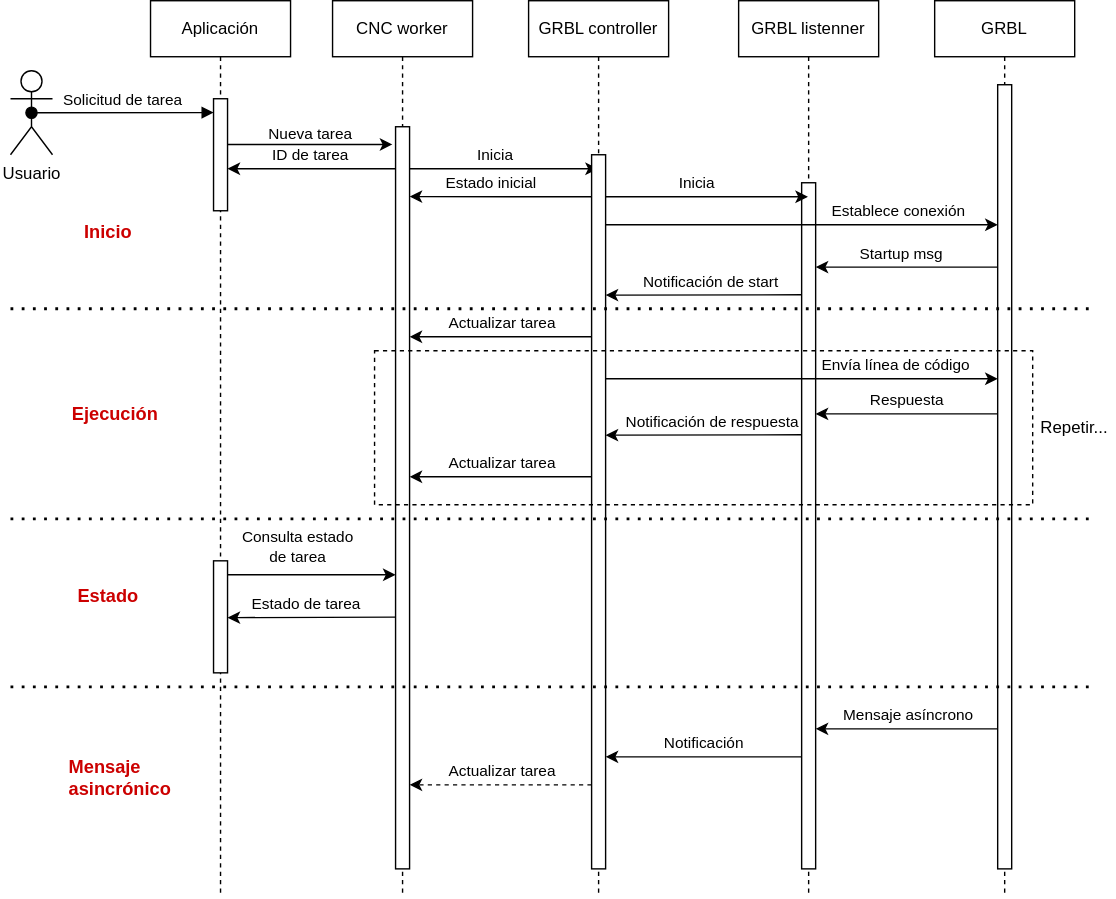
Above: docs/GRBL-controller.drawio.svg in Leandro-Bertoluzzi/remote-cnc (draw.io), before the change. Source tidied: cells renumbered, new cells last; positions are measured from the earlier drawing's top-left corner, leaving out a move shared by most shapes.
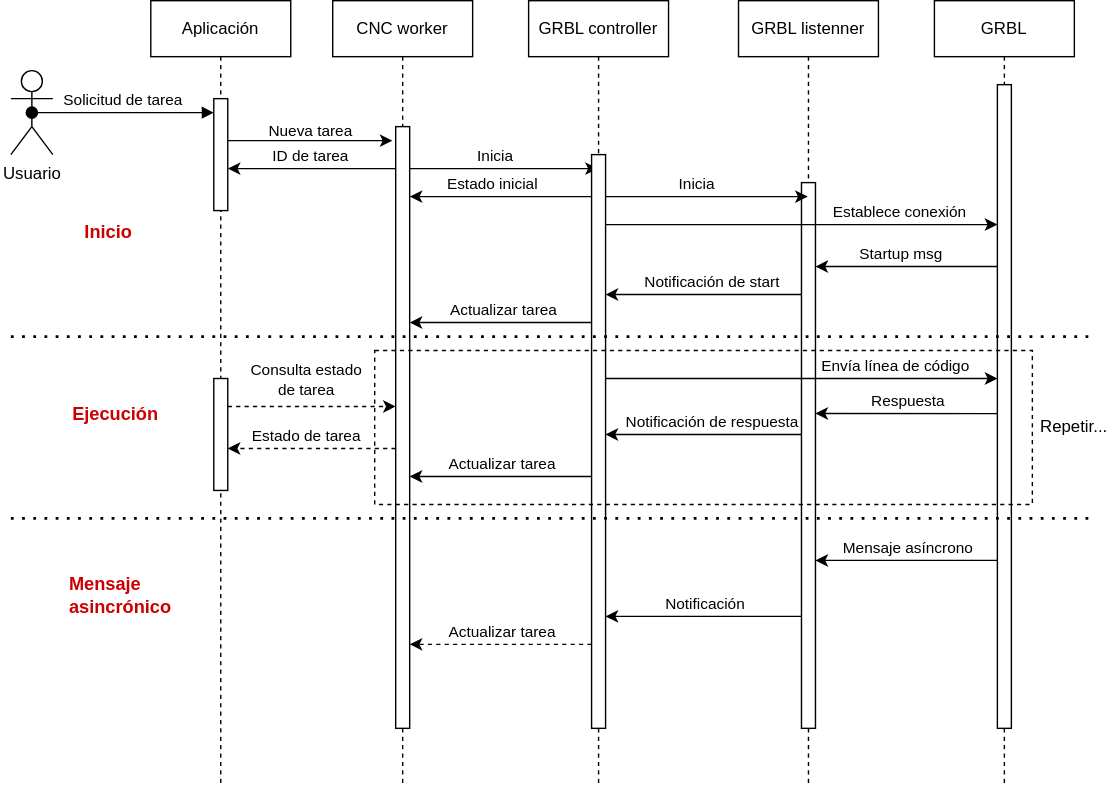
The same diagram one commit later.

What changed in the source:
```diff
@@ -3,19 +3,19 @@
     <mxCell id="0" />
     <mxCell id="1" parent="0" />
     <mxCell id="2" value="Aplicación" style="shape=umlLifeline;perimeter=lifelinePerimeter;whiteSpace=wrap;html=1;newEdgeStyle={&quot;edgeStyle&quot;:&quot;elbowEdgeStyle&quot;,&quot;elbow&quot;:&quot;vertical&quot;,&quot;curved&quot;:0,&quot;rounded&quot;:0};" parent="1" vertex="1">
-      <mxGeometry x="100" width="100" height="640" as="geometry" />
+      <mxGeometry x="100" width="100" height="560" as="geometry" />
     </mxCell>
     <mxCell id="3" style="html=1;points=[];perimeter=orthogonalPerimeter;outlineConnect=0;targetShapes=umlLifeline;portConstraint=eastwest;newEdgeStyle={&quot;edgeStyle&quot;:&quot;elbowEdgeStyle&quot;,&quot;elbow&quot;:&quot;vertical&quot;,&quot;curved&quot;:0,&quot;rounded&quot;:0};" parent="2" vertex="1">
       <mxGeometry x="45" y="70" width="10" height="80" as="geometry" />
     </mxCell>
     <mxCell id="4" style="html=1;points=[];perimeter=orthogonalPerimeter;outlineConnect=0;targetShapes=umlLifeline;portConstraint=eastwest;newEdgeStyle={&quot;edgeStyle&quot;:&quot;elbowEdgeStyle&quot;,&quot;elbow&quot;:&quot;vertical&quot;,&quot;curved&quot;:0,&quot;rounded&quot;:0};" parent="2" vertex="1">
-      <mxGeometry x="45" y="400" width="10" height="80" as="geometry" />
+      <mxGeometry x="45" y="270" width="10" height="80" as="geometry" />
     </mxCell>
     <mxCell id="5" value="CNC worker" style="shape=umlLifeline;perimeter=lifelinePerimeter;whiteSpace=wrap;html=1;newEdgeStyle={&quot;edgeStyle&quot;:&quot;elbowEdgeStyle&quot;,&quot;elbow&quot;:&quot;vertical&quot;,&quot;curved&quot;:0,&quot;rounded&quot;:0};" parent="1" vertex="1">
-      <mxGeometry x="230" width="100" height="640" as="geometry" />
+      <mxGeometry x="230" width="100" height="560" as="geometry" />
     </mxCell>
     <mxCell id="6" style="html=1;points=[];perimeter=orthogonalPerimeter;outlineConnect=0;targetShapes=umlLifeline;portConstraint=eastwest;newEdgeStyle={&quot;edgeStyle&quot;:&quot;elbowEdgeStyle&quot;,&quot;elbow&quot;:&quot;vertical&quot;,&quot;curved&quot;:0,&quot;rounded&quot;:0};" parent="5" vertex="1">
-      <mxGeometry x="45" y="90" width="10" height="530" as="geometry" />
+      <mxGeometry x="45" y="90" width="10" height="430" as="geometry" />
     </mxCell>
     <mxCell id="7" value="Usuario" style="shape=umlActor;verticalLabelPosition=bottom;verticalAlign=top;html=1;outlineConnect=0;" parent="1" vertex="1">
       <mxGeometry y="50" width="30" height="60" as="geometry" />
@@ -36,16 +36,16 @@
       </mxGeometry>
     </mxCell>
     <mxCell id="11" value="GRBL listenner" style="shape=umlLifeline;perimeter=lifelinePerimeter;whiteSpace=wrap;html=1;newEdgeStyle={&quot;edgeStyle&quot;:&quot;elbowEdgeStyle&quot;,&quot;elbow&quot;:&quot;vertical&quot;,&quot;curved&quot;:0,&quot;rounded&quot;:0};" parent="1" vertex="1">
-      <mxGeometry x="520" width="100" height="640" as="geometry" />
+      <mxGeometry x="520" width="100" height="560" as="geometry" />
     </mxCell>
     <mxCell id="12" style="html=1;points=[];perimeter=orthogonalPerimeter;outlineConnect=0;targetShapes=umlLifeline;portConstraint=eastwest;newEdgeStyle={&quot;edgeStyle&quot;:&quot;elbowEdgeStyle&quot;,&quot;elbow&quot;:&quot;vertical&quot;,&quot;curved&quot;:0,&quot;rounded&quot;:0};" parent="11" vertex="1">
-      <mxGeometry x="45" y="130" width="10" height="490" as="geometry" />
+      <mxGeometry x="45" y="130" width="10" height="390" as="geometry" />
     </mxCell>
     <mxCell id="13" value="GRBL" style="shape=umlLifeline;perimeter=lifelinePerimeter;whiteSpace=wrap;html=1;newEdgeStyle={&quot;edgeStyle&quot;:&quot;elbowEdgeStyle&quot;,&quot;elbow&quot;:&quot;vertical&quot;,&quot;curved&quot;:0,&quot;rounded&quot;:0};" parent="1" vertex="1">
-      <mxGeometry x="660" width="100" height="640" as="geometry" />
+      <mxGeometry x="660" width="100" height="560" as="geometry" />
     </mxCell>
     <mxCell id="14" style="html=1;points=[];perimeter=orthogonalPerimeter;outlineConnect=0;targetShapes=umlLifeline;portConstraint=eastwest;newEdgeStyle={&quot;edgeStyle&quot;:&quot;elbowEdgeStyle&quot;,&quot;elbow&quot;:&quot;vertical&quot;,&quot;curved&quot;:0,&quot;rounded&quot;:0};" parent="13" vertex="1">
-      <mxGeometry x="45" y="60" width="10" height="560" as="geometry" />
+      <mxGeometry x="45" y="60" width="10" height="460" as="geometry" />
     </mxCell>
     <mxCell id="15" style="edgeStyle=elbowEdgeStyle;rounded=0;jettySize=auto;html=1;elbow=horizontal;curved=0;" parent="1" edge="1" source="30">
       <mxGeometry relative="1" as="geometry">
@@ -117,7 +117,7 @@
     <mxCell id="27" style="edgeStyle=elbowEdgeStyle;rounded=0;jettySize=auto;html=1;elbow=vertical;curved=0;" parent="1" edge="1" source="30" target="6">
       <mxGeometry relative="1" as="geometry">
         <Array as="points">
-          <mxPoint x="320" y="240" />
+          <mxPoint x="320" y="230" />
         </Array>
       </mxGeometry>
     </mxCell>
@@ -127,10 +127,10 @@
       </mxGeometry>
     </mxCell>
     <mxCell id="29" value="GRBL controller" style="shape=umlLifeline;perimeter=lifelinePerimeter;whiteSpace=wrap;html=1;outlineConnect=0;portConstraint=eastwest;newEdgeStyle={&quot;edgeStyle&quot;:&quot;elbowEdgeStyle&quot;,&quot;elbow&quot;:&quot;vertical&quot;,&quot;curved&quot;:0,&quot;rounded&quot;:0};" parent="1" vertex="1">
-      <mxGeometry x="370" width="100" height="640" as="geometry" />
+      <mxGeometry x="370" width="100" height="560" as="geometry" />
     </mxCell>
     <mxCell id="30" style="html=1;points=[];perimeter=orthogonalPerimeter;outlineConnect=0;targetShapes=umlLifeline;portConstraint=eastwest;newEdgeStyle={&quot;edgeStyle&quot;:&quot;elbowEdgeStyle&quot;,&quot;elbow&quot;:&quot;vertical&quot;,&quot;curved&quot;:0,&quot;rounded&quot;:0};" parent="29" vertex="1">
-      <mxGeometry x="45" y="110" width="10" height="510" as="geometry" />
+      <mxGeometry x="45" y="110" width="10" height="410" as="geometry" />
     </mxCell>
     <mxCell id="31" style="edgeStyle=elbowEdgeStyle;rounded=0;orthogonalLoop=1;jettySize=auto;html=1;elbow=vertical;curved=0;" parent="1" edge="1">
       <mxGeometry relative="1" as="geometry">
@@ -195,22 +195,23 @@
     <mxCell id="42" value="&lt;div&gt;Repetir...&lt;/div&gt;" style="text;html=1;strokeColor=none;fillColor=none;align=center;verticalAlign=middle;whiteSpace=wrap;rounded=0;" parent="1" vertex="1">
       <mxGeometry x="730" y="290" width="60" height="30" as="geometry" />
     </mxCell>
-    <mxCell id="43" style="edgeStyle=elbowEdgeStyle;rounded=0;jettySize=auto;html=1;elbow=vertical;curved=0;" parent="1" edge="1" source="4">
+    <mxCell id="43" style="edgeStyle=elbowEdgeStyle;rounded=0;jettySize=auto;html=1;elbow=vertical;curved=0;dashed=1;" parent="1" edge="1" source="4" target="6">
       <mxGeometry relative="1" as="geometry">
-        <mxPoint x="275" y="410" as="targetPoint" />
         <Array as="points">
-          <mxPoint x="210" y="410" />
+          <mxPoint x="200" y="290" />
         </Array>
       </mxGeometry>
     </mxCell>
     <mxCell id="44" value="&lt;div&gt;Consulta estado&lt;/div&gt;&lt;div&gt;de tarea&lt;br&gt;&lt;/div&gt;" style="edgeLabel;html=1;align=center;verticalAlign=middle;" parent="43" vertex="1">
       <mxGeometry x="-0.16" y="-1" relative="1" as="geometry">
-        <mxPoint x="-1" y="-21" as="offset" />
+        <mxPoint x="4" y="-21" as="offset" />
       </mxGeometry>
     </mxCell>
-    <mxCell id="45" style="edgeStyle=elbowEdgeStyle;rounded=0;jettySize=auto;html=1;elbow=vertical;curved=0;" parent="1" edge="1" target="4">
+    <mxCell id="45" style="edgeStyle=elbowEdgeStyle;rounded=0;jettySize=auto;html=1;elbow=vertical;curved=0;dashed=1;" parent="1" edge="1" source="6" target="4">
       <mxGeometry relative="1" as="geometry">
-        <mxPoint x="275" y="440.2" as="sourcePoint" />
+        <Array as="points">
+          <mxPoint x="200" y="320" />
+        </Array>
       </mxGeometry>
     </mxCell>
     <mxCell id="46" value="Estado de tarea" style="edgeLabel;html=1;align=center;verticalAlign=middle;" parent="45" vertex="1">
@@ -220,8 +221,8 @@
     </mxCell>
     <mxCell id="47" style="endArrow=none;dashed=1;html=1;dashPattern=1 3;strokeWidth=2;rounded=0;" parent="1" edge="1">
       <mxGeometry relative="1" as="geometry">
-        <mxPoint y="220" as="sourcePoint" />
-        <mxPoint x="770" y="220" as="targetPoint" />
+        <mxPoint y="240" as="sourcePoint" />
+        <mxPoint x="770" y="240" as="targetPoint" />
       </mxGeometry>
     </mxCell>
     <mxCell id="48" style="endArrow=none;dashed=1;html=1;dashPattern=1 3;strokeWidth=2;rounded=0;" parent="1" edge="1">
@@ -230,19 +231,10 @@
         <mxPoint x="770" y="370" as="targetPoint" />
       </mxGeometry>
     </mxCell>
-    <mxCell id="49" style="endArrow=none;dashed=1;html=1;dashPattern=1 3;strokeWidth=2;rounded=0;" parent="1" edge="1">
-      <mxGeometry relative="1" as="geometry">
-        <mxPoint y="490" as="sourcePoint" />
-        <mxPoint x="770" y="490" as="targetPoint" />
-        <Array as="points">
-          <mxPoint x="380" y="490" />
-        </Array>
-      </mxGeometry>
-    </mxCell>
     <mxCell id="50" style="edgeStyle=elbowEdgeStyle;rounded=0;jettySize=auto;html=1;elbow=vertical;curved=0;" parent="1" edge="1" source="14" target="12">
       <mxGeometry relative="1" as="geometry">
         <Array as="points">
-          <mxPoint x="630" y="520" />
+          <mxPoint x="620" y="400" />
         </Array>
       </mxGeometry>
     </mxCell>
@@ -254,7 +246,7 @@
     <mxCell id="52" style="edgeStyle=elbowEdgeStyle;rounded=0;jettySize=auto;html=1;elbow=vertical;curved=0;" parent="1" edge="1" source="12" target="30">
       <mxGeometry relative="1" as="geometry">
         <Array as="points">
-          <mxPoint x="500" y="540" />
+          <mxPoint x="490" y="440" />
         </Array>
       </mxGeometry>
     </mxCell>
@@ -266,7 +258,7 @@
     <mxCell id="54" style="edgeStyle=elbowEdgeStyle;rounded=0;jettySize=auto;html=1;elbow=vertical;curved=0;dashed=1;" parent="1" edge="1" source="30" target="6">
       <mxGeometry relative="1" as="geometry">
         <Array as="points">
-          <mxPoint x="350" y="560" />
+          <mxPoint x="340" y="460" />
         </Array>
       </mxGeometry>
     </mxCell>
@@ -281,11 +273,8 @@
     <mxCell id="57" value="&lt;font color=&quot;#cc0000&quot;&gt;&lt;b&gt;Ejecución&lt;/b&gt;&lt;/font&gt;" style="text;html=1;strokeColor=none;fillColor=none;align=center;verticalAlign=middle;whiteSpace=wrap;rounded=0;fontSize=13;" parent="1" vertex="1">
       <mxGeometry x="40" y="280" width="70" height="30" as="geometry" />
     </mxCell>
-    <mxCell id="58" value="&lt;font color=&quot;#cc0000&quot;&gt;&lt;b&gt;Estado&lt;/b&gt;&lt;/font&gt;" style="text;html=1;strokeColor=none;fillColor=none;align=center;verticalAlign=middle;whiteSpace=wrap;rounded=0;fontSize=13;" parent="1" vertex="1">
-      <mxGeometry x="40" y="410" width="60" height="30" as="geometry" />
-    </mxCell>
     <mxCell id="59" value="&lt;font color=&quot;#cc0000&quot;&gt;&lt;b&gt;Mensaje asincrónico&lt;br&gt;&lt;/b&gt;&lt;/font&gt;" style="text;html=1;strokeColor=none;fillColor=none;align=left;verticalAlign=middle;whiteSpace=wrap;rounded=0;fontSize=13;" parent="1" vertex="1">
-      <mxGeometry x="40" y="540" width="90" height="30" as="geometry" />
+      <mxGeometry x="40" y="410" width="90" height="30" as="geometry" />
     </mxCell>
   </root>
 </mxGraphModel>
```
